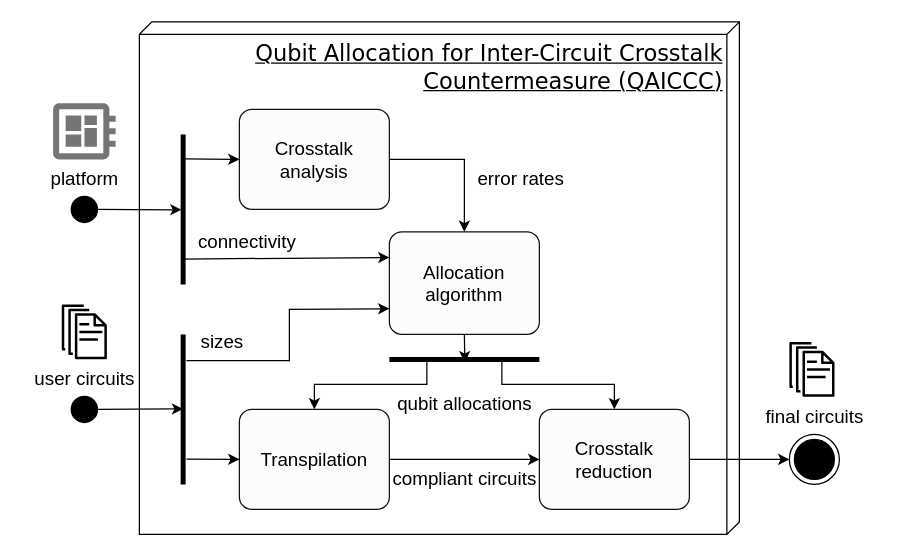
Before: CrosstalkCM.drawio in yoann-marquer/Diagrams, a draw.io diagram. Source tidied: cells renumbered, new cells numbered last; positions are measured from the earlier drawing's top-left corner, leaving out a move shared by most shapes. Both pictures are drawn from the tidied source at 125%, with x=0, y=0 at pixel (21, 21).
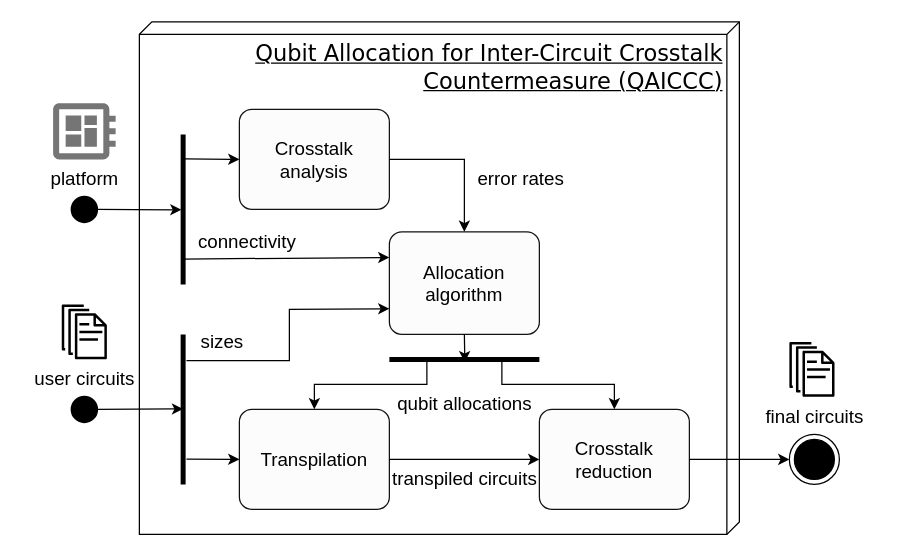
After the change.

Commit message:
fix circuit label

Diff of the diagram source:
```diff
@@
-    <mxCell id="33" value="compliant circuits" style="text;html=1;align=center;verticalAlign=middle;strokeColor=none;fillColor=none;fontSize=15;" parent="1" vertex="1">
+    <mxCell id="33" value="transpiled circuits" style="text;html=1;align=center;verticalAlign=middle;strokeColor=none;fillColor=none;fontSize=15;" parent="1" vertex="1">
       <mxGeometry x="284" y="350" width="140" height="30" as="geometry" />
     </mxCell>
```
